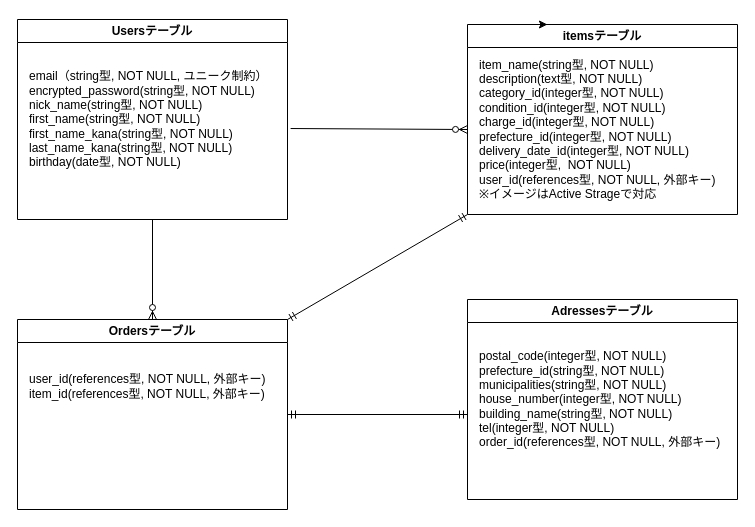
Above: ER.dio in takushiz/furima-39143 (draw.io), before the change. Source tidied: cells renumbered, new cells numbered last; positions are measured from the earlier drawing's top-left corner, leaving out a move shared by most shapes. Both pictures are drawn from the tidied source at 100%, with x=0, y=0 at pixel (17, 19).
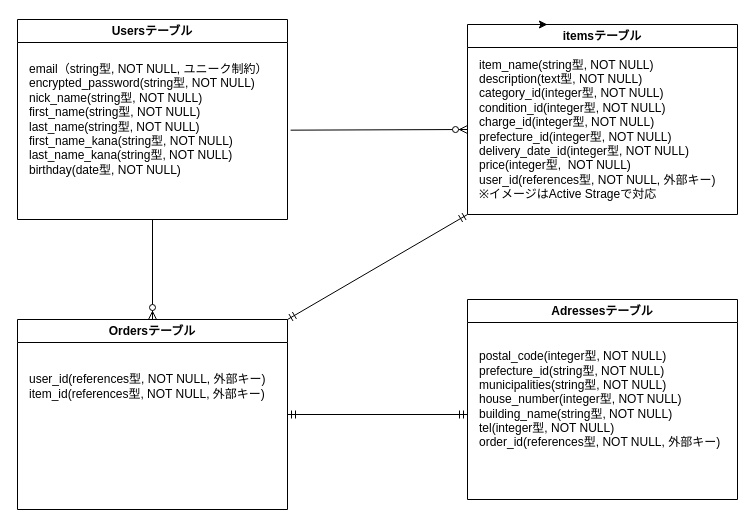
The same page after the edit.

Commit message (it also covers changes not shown here):
データベース設計リテイク4

What changed in the source:
```diff
@@
 <mxGraphModel>
   <root>
     <mxCell id="0" />
     <mxCell id="1" parent="0" />
     <mxCell id="2" value="Usersテーブル" style="swimlane;whiteSpace=wrap;html=1;" parent="1" vertex="1">
       <mxGeometry width="270" height="200" as="geometry" />
     </mxCell>
-    <mxCell id="3" value="email（string型, NOT NULL, ユニーク制約）&lt;br&gt;encrypted_password(string型, NOT NULL)&lt;br&gt;nick_name(string型, NOT NULL)&lt;br&gt;first_name(string型, NOT NULL)&lt;br&gt;first_name_kana(string型, NOT NULL)&lt;br&gt;last_name_kana(string型, NOT NULL)&lt;br&gt;birthday(date型, NOT NULL)" style="text;html=1;align=left;verticalAlign=middle;points=[];strokeColor=none;fillColor=none;" parent="2" vertex="1">
-      <mxGeometry x="10" y="45" width="260" height="110" as="geometry" />
+    <mxCell id="3" value="email（string型, NOT NULL, ユニーク制約）&lt;br&gt;encrypted_password(string型, NOT NULL)&lt;br&gt;nick_name(string型, NOT NULL)&lt;br&gt;first_name(string型, NOT NULL)&lt;br&gt;last_name(string型, NOT NULL)&lt;br&gt;first_name_kana(string型, NOT NULL)&lt;br&gt;last_name_kana(string型, NOT NULL)&lt;br&gt;birthday(date型, NOT NULL)" style="text;html=1;align=left;verticalAlign=middle;points=[];strokeColor=none;fillColor=none;" parent="2" vertex="1">
+      <mxGeometry x="10" y="35" width="260" height="130" as="geometry" />
     </mxCell>
     <mxCell id="4" value="itemsテーブル" style="swimlane;whiteSpace=wrap;html=1;" parent="1" vertex="1">
       <mxGeometry x="450" y="5" width="270" height="190" as="geometry" />
     </mxCell>
     <mxCell id="5" value="item_name(string型, NOT NULL)&lt;br&gt;description(text型, NOT NULL)&lt;br&gt;category_id(integer型, NOT NULL)&lt;br&gt;condition_id(integer型, NOT NULL)&lt;br&gt;charge_id(integer型, NOT NULL)&lt;br&gt;prefecture_id(integer型, NOT NULL)&lt;br&gt;delivery_date_id(integer型, NOT NULL)&lt;br&gt;price(integer型,&amp;nbsp; NOT NULL)&lt;br&gt;user_id(references型, NOT NULL, 外部キー)&lt;br&gt;※イメージはActive Strageで対応" style="text;html=1;align=left;verticalAlign=middle;strokeColor=none;fillColor=none;" parent="4" vertex="1">
       <mxGeometry x="10" y="25" width="260" height="160" as="geometry" />
     </mxCell>
     <mxCell id="6" value="Adressesテーブル" style="swimlane;whiteSpace=wrap;html=1;" parent="1" vertex="1">
       <mxGeometry x="450" y="280" width="270" height="200" as="geometry" />
     </mxCell>
     <mxCell id="7" value="postal_code(integer型, NOT NULL)&lt;br&gt;prefecture_id(string型, NOT NULL)&lt;br&gt;municipalities(string型, NOT NULL)&lt;br&gt;house_number(integer型, NOT NULL)&lt;br&gt;building_name(string型, NOT NULL)&lt;br&gt;tel(integer型, NOT NULL)&lt;br&gt;order_id(references型, NOT NULL, 外部キー)" style="text;html=1;align=left;verticalAlign=middle;strokeColor=none;fillColor=none;" parent="6" vertex="1">
       <mxGeometry x="10" y="45" width="260" height="110" as="geometry" />
     </mxCell>
     <mxCell id="8" style="edgeStyle=none;html=1;exitX=0.25;exitY=0;exitDx=0;exitDy=0;entryX=0.296;entryY=0;entryDx=0;entryDy=0;entryPerimeter=0;" parent="1" edge="1" source="4" target="4">
       <mxGeometry relative="1" as="geometry" />
     </mxCell>
     <mxCell id="9" style="fontSize=12;html=1;endArrow=ERzeroToMany;endFill=1;exitX=1.012;exitY=0.582;exitDx=0;exitDy=0;exitPerimeter=0;" parent="1" edge="1" source="3">
       <mxGeometry relative="1" as="geometry">
         <mxPoint x="450" y="110" as="targetPoint" />
       </mxGeometry>
     </mxCell>
     <mxCell id="10" value="Ordersテーブル" style="swimlane;whiteSpace=wrap;html=1;" parent="1" vertex="1">
       <mxGeometry y="300" width="270" height="190" as="geometry" />
     </mxCell>
     <mxCell id="11" value="&lt;br&gt;user_id(references型, NOT NULL, 外部キー)&lt;br&gt;item_id(references型, NOT NULL, 外部キー)" style="text;html=1;align=left;verticalAlign=middle;strokeColor=none;fillColor=none;" parent="10" vertex="1">
       <mxGeometry x="10" y="30" width="260" height="60" as="geometry" />
     </mxCell>
     <mxCell id="12" style="fontSize=12;html=1;endArrow=ERmandOne;startArrow=ERmandOne;entryX=1;entryY=0.5;entryDx=0;entryDy=0;" parent="1" edge="1" target="10">
       <mxGeometry relative="1" as="geometry">
         <mxPoint x="450" y="395" as="sourcePoint" />
       </mxGeometry>
     </mxCell>
     <mxCell id="13" style="fontSize=12;html=1;endArrow=ERzeroToMany;endFill=1;exitX=0.5;exitY=1;exitDx=0;exitDy=0;entryX=0.5;entryY=0;entryDx=0;entryDy=0;" parent="1" edge="1" source="2" target="10">
       <mxGeometry relative="1" as="geometry" />
     </mxCell>
     <mxCell id="14" style="fontSize=12;html=1;endArrow=ERmandOne;startArrow=ERmandOne;entryX=1;entryY=0;entryDx=0;entryDy=0;exitX=0;exitY=1;exitDx=0;exitDy=0;" parent="1" edge="1" source="4" target="10">
       <mxGeometry relative="1" as="geometry" />
     </mxCell>
   </root>
 </mxGraphModel>
```
